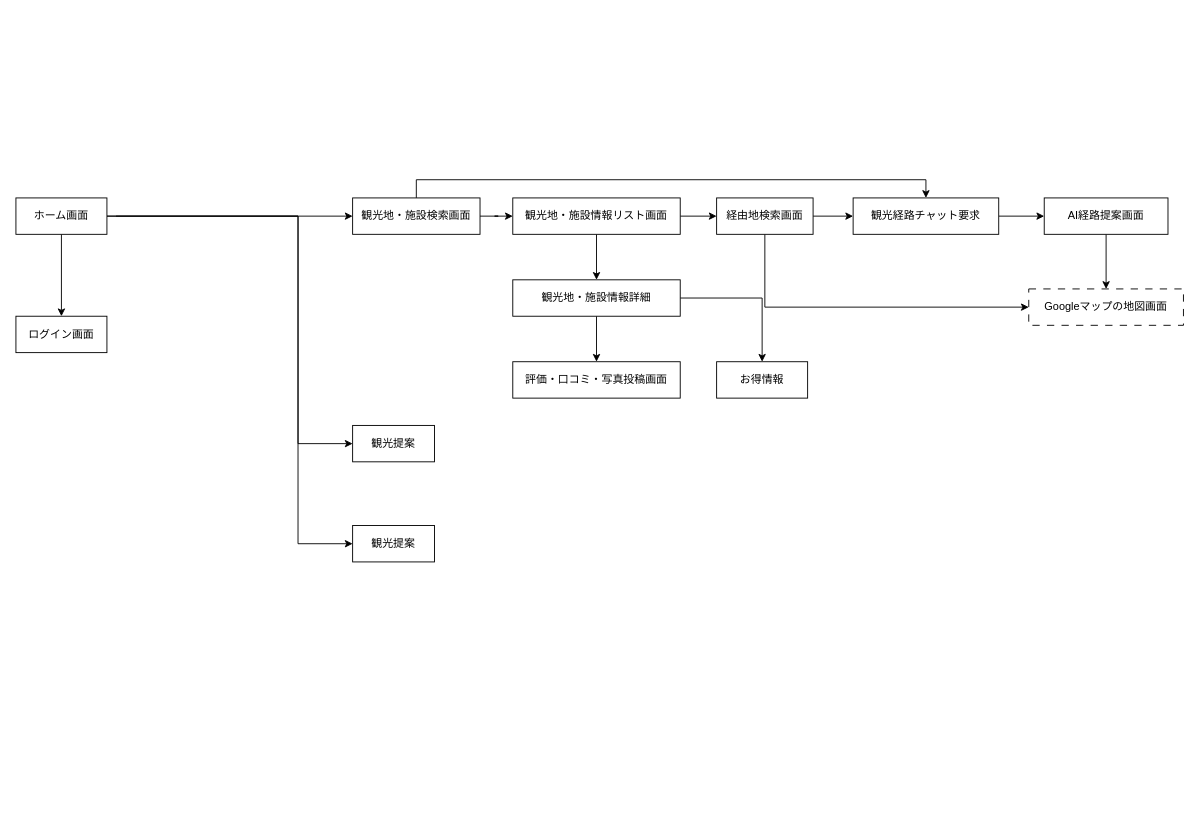
Before: docs/figure/gaibu-screen_transition_common.drawio in r02092/se2025, a draw.io diagram. Source tidied: cells renumbered, new cells numbered last; positions are measured from the earlier drawing's top-left corner, leaving out a move shared by most shapes. Both pictures are drawn from the tidied source at 91%, with x=0, y=0 at pixel (15, 197).
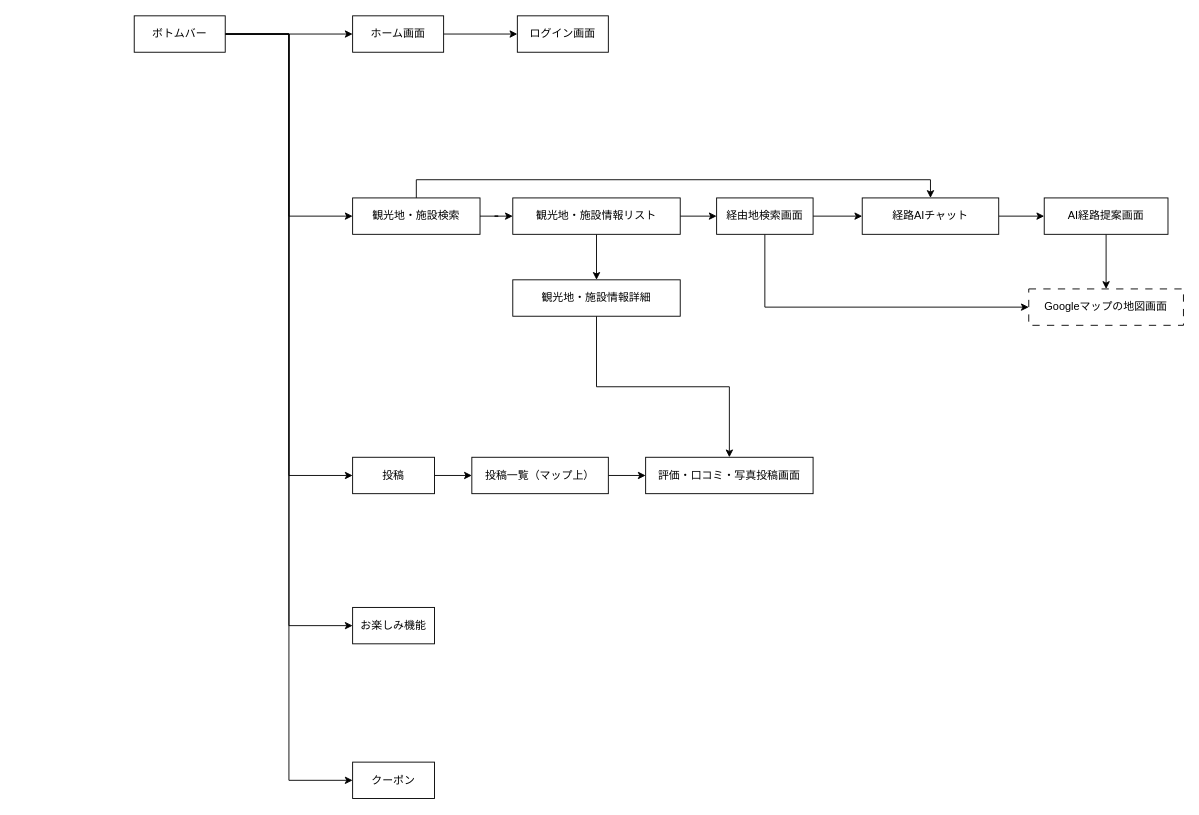
The same diagram, later.

Commit message:
主にボトムバーから様々な機能にアクセスできるように変更

Unchanged cells that the change refers to:
```xml
<mxCell id="15" value="AI経路提案画面" style="rounded=0;whiteSpace=wrap;html=1;" parent="1" vertex="1">
  <mxGeometry x="1130" width="136" height="40" as="geometry" />
</mxCell>
<mxCell id="20" value="経由地検索画面" style="rounded=0;whiteSpace=wrap;html=1;" parent="1" vertex="1">
  <mxGeometry x="770" width="106" height="40" as="geometry" />
</mxCell>
<mxCell id="23" value="観光地・施設情報詳細" style="rounded=0;whiteSpace=wrap;html=1;" parent="1" vertex="1">
  <mxGeometry x="546" y="90" width="184" height="40" as="geometry" />
</mxCell>
```

Change to the diagram source:
```diff
@@
-    <mxCell id="2" value="ログイン画面" style="rounded=0;whiteSpace=wrap;html=1;" parent="1" vertex="1">
-      <mxGeometry y="130" width="100" height="40" as="geometry" />
-    </mxCell>
-    <mxCell id="3" style="edgeStyle=orthogonalEdgeStyle;rounded=0;jettySize=auto;html=1;" parent="1" edge="1" source="7" target="2">
-      <mxGeometry relative="1" as="geometry" />
-    </mxCell>
-    <mxCell id="4" style="edgeStyle=orthogonalEdgeStyle;rounded=0;jettySize=auto;html=1;" parent="1" edge="1" source="7" target="11">
-      <mxGeometry relative="1" as="geometry" />
-    </mxCell>
-    <mxCell id="5" style="edgeStyle=orthogonalEdgeStyle;rounded=0;jettySize=auto;html=1;entryX=0;entryY=0.5;entryDx=0;entryDy=0;" parent="1" edge="1" source="7" target="16">
-      <mxGeometry relative="1" as="geometry">
-        <Array as="points">
-          <mxPoint x="310" y="20" />
-          <mxPoint x="310" y="270" />
-        </Array>
-      </mxGeometry>
-    </mxCell>
-    <mxCell id="6" style="edgeStyle=orthogonalEdgeStyle;rounded=0;jettySize=auto;html=1;entryX=0;entryY=0.5;entryDx=0;entryDy=0;" parent="1" edge="1" target="17">
-      <mxGeometry relative="1" as="geometry">
-        <mxPoint x="110" y="20" as="sourcePoint" />
-        <Array as="points">
-          <mxPoint x="310" y="20" />
-          <mxPoint x="310" y="380" />
-        </Array>
-      </mxGeometry>
-    </mxCell>
-    <mxCell id="7" value="ホーム画面" style="rounded=0;whiteSpace=wrap;html=1;" parent="1" vertex="1">
-      <mxGeometry width="100" height="40" as="geometry" />
-    </mxCell>
-    <mxCell id="8" style="edgeStyle=orthogonalEdgeStyle;rounded=0;jettySize=auto;html=1;entryX=0.5;entryY=0;entryDx=0;entryDy=0;exitX=0.5;exitY=1;exitDx=0;exitDy=0;" parent="1" edge="1" source="26" target="23">
-      <mxGeometry relative="1" as="geometry" />
-    </mxCell>
-    <mxCell id="9" style="edgeStyle=orthogonalEdgeStyle;rounded=0;jettySize=auto;html=1;" parent="1" edge="1" source="11" target="26">
-      <mxGeometry relative="1" as="geometry" />
-    </mxCell>
-    <mxCell id="10" style="edgeStyle=orthogonalEdgeStyle;rounded=0;jettySize=auto;html=1;entryX=0.5;entryY=0;entryDx=0;entryDy=0;exitX=0.5;exitY=0;exitDx=0;exitDy=0;" parent="1" edge="1" source="11" target="13">
-      <mxGeometry relative="1" as="geometry" />
-    </mxCell>
-    <mxCell id="11" value="観光地・施設検索画面" style="rounded=0;whiteSpace=wrap;html=1;" parent="1" vertex="1">
-      <mxGeometry x="370" width="140" height="40" as="geometry" />
-    </mxCell>
-    <mxCell id="12" style="edgeStyle=orthogonalEdgeStyle;rounded=0;jettySize=auto;html=1;" parent="1" edge="1" source="13" target="15">
-      <mxGeometry relative="1" as="geometry" />
-    </mxCell>
-    <mxCell id="13" value="観光経路チャット要求" style="rounded=0;whiteSpace=wrap;html=1;" parent="1" vertex="1">
-      <mxGeometry x="920" width="160" height="40" as="geometry" />
-    </mxCell>
+    <mxCell id="29" style="edgeStyle=orthogonalEdgeStyle;rounded=0;jettySize=auto;html=1;entryX=0;entryY=0.5;entryDx=0;entryDy=0;" parent="1" edge="1" source="34" target="7">
+      <mxGeometry relative="1" as="geometry" />
+    </mxCell>
+    <mxCell id="30" style="edgeStyle=orthogonalEdgeStyle;rounded=0;jettySize=auto;html=1;entryX=0;entryY=0.5;entryDx=0;entryDy=0;" parent="1" edge="1" source="34" target="38">
+      <mxGeometry relative="1" as="geometry" />
+    </mxCell>
+    <mxCell id="31" style="edgeStyle=orthogonalEdgeStyle;rounded=0;jettySize=auto;html=1;entryX=0;entryY=0.5;entryDx=0;entryDy=0;" parent="1" edge="1" source="34" target="47">
+      <mxGeometry relative="1" as="geometry" />
+    </mxCell>
+    <mxCell id="32" style="edgeStyle=orthogonalEdgeStyle;rounded=0;jettySize=auto;html=1;entryX=0;entryY=0.5;entryDx=0;entryDy=0;" parent="1" edge="1" source="34" target="41">
+      <mxGeometry relative="1" as="geometry" />
+    </mxCell>
+    <mxCell id="33" style="edgeStyle=orthogonalEdgeStyle;rounded=0;jettySize=auto;html=1;entryX=0;entryY=0.5;entryDx=0;entryDy=0;" parent="1" edge="1" source="34" target="42">
+      <mxGeometry relative="1" as="geometry" />
+    </mxCell>
+    <mxCell id="34" value="ボトムバー" style="rounded=0;whiteSpace=wrap;html=1;" parent="1" vertex="1">
+      <mxGeometry x="130" y="-200.1" width="100" height="40" as="geometry" />
+    </mxCell>
+    <mxCell id="35" style="edgeStyle=orthogonalEdgeStyle;rounded=0;jettySize=auto;html=1;entryX=0.5;entryY=0;entryDx=0;entryDy=0;exitX=0.5;exitY=1;exitDx=0;exitDy=0;" parent="1" edge="1" source="45" target="23">
+      <mxGeometry relative="1" as="geometry" />
+    </mxCell>
+    <mxCell id="36" style="edgeStyle=orthogonalEdgeStyle;rounded=0;jettySize=auto;html=1;" parent="1" edge="1" source="38" target="45">
+      <mxGeometry relative="1" as="geometry" />
+    </mxCell>
+    <mxCell id="37" style="edgeStyle=orthogonalEdgeStyle;rounded=0;jettySize=auto;html=1;entryX=0.5;entryY=0;entryDx=0;entryDy=0;exitX=0.5;exitY=0;exitDx=0;exitDy=0;" parent="1" edge="1" source="38" target="40">
+      <mxGeometry relative="1" as="geometry" />
+    </mxCell>
+    <mxCell id="38" value="観光地・施設検索" style="rounded=0;whiteSpace=wrap;html=1;" parent="1" vertex="1">
+      <mxGeometry x="370" width="140" height="40" as="geometry" />
+    </mxCell>
+    <mxCell id="39" style="edgeStyle=orthogonalEdgeStyle;rounded=0;jettySize=auto;html=1;" parent="1" edge="1" source="40" target="15">
+      <mxGeometry relative="1" as="geometry" />
+    </mxCell>
+    <mxCell id="40" value="経路AIチャット" style="rounded=0;whiteSpace=wrap;html=1;" parent="1" vertex="1">
+      <mxGeometry x="930" width="150" height="40" as="geometry" />
+    </mxCell>
@@
-    <mxCell id="16" value="観光提案" style="rounded=0;whiteSpace=wrap;html=1;" parent="1" vertex="1">
-      <mxGeometry x="370" y="250" width="90" height="40" as="geometry" />
-    </mxCell>
-    <mxCell id="17" value="観光提案" style="rounded=0;whiteSpace=wrap;html=1;" parent="1" vertex="1">
-      <mxGeometry x="370" y="360" width="90" height="40" as="geometry" />
-    </mxCell>
-    <mxCell id="18" style="edgeStyle=orthogonalEdgeStyle;rounded=0;jettySize=auto;html=1;entryX=0;entryY=0.5;entryDx=0;entryDy=0;" parent="1" edge="1" source="20" target="13">
-      <mxGeometry relative="1" as="geometry" />
-    </mxCell>
+    <mxCell id="41" value="お楽しみ機能" style="rounded=0;whiteSpace=wrap;html=1;" parent="1" vertex="1">
+      <mxGeometry x="370" y="450" width="90" height="40" as="geometry" />
+    </mxCell>
+    <mxCell id="42" value="クーポン" style="rounded=0;whiteSpace=wrap;html=1;" parent="1" vertex="1">
+      <mxGeometry x="370" y="620" width="90" height="40" as="geometry" />
+    </mxCell>
+    <mxCell id="43" style="edgeStyle=orthogonalEdgeStyle;rounded=0;jettySize=auto;html=1;entryX=0;entryY=0.5;entryDx=0;entryDy=0;" parent="1" edge="1" source="20" target="40">
+      <mxGeometry relative="1" as="geometry" />
+    </mxCell>
@@
-    <mxCell id="21" style="edgeStyle=orthogonalEdgeStyle;rounded=0;jettySize=auto;html=1;" parent="1" edge="1" source="23" target="27">
+    <mxCell id="21" style="edgeStyle=orthogonalEdgeStyle;rounded=0;jettySize=auto;html=1;entryX=0.5;entryY=0;entryDx=0;entryDy=0;" parent="1" edge="1" source="23" target="27">
       <mxGeometry relative="1" as="geometry" />
     </mxCell>
-    <mxCell id="22" style="edgeStyle=orthogonalEdgeStyle;rounded=0;jettySize=auto;html=1;entryX=0.5;entryY=0;entryDx=0;entryDy=0;" parent="1" edge="1" source="23" target="28">
-      <mxGeometry relative="1" as="geometry" />
-    </mxCell>
@@
-    <mxCell id="25" style="edgeStyle=orthogonalEdgeStyle;rounded=0;jettySize=auto;html=1;" parent="1" edge="1" source="26" target="20">
-      <mxGeometry relative="1" as="geometry" />
-    </mxCell>
-    <mxCell id="26" value="観光地・施設情報リスト画面" style="rounded=0;whiteSpace=wrap;html=1;" parent="1" vertex="1">
-      <mxGeometry x="546" width="184" height="40" as="geometry" />
-    </mxCell>
+    <mxCell id="44" style="edgeStyle=orthogonalEdgeStyle;rounded=0;jettySize=auto;html=1;" parent="1" edge="1" source="45" target="20">
+      <mxGeometry relative="1" as="geometry" />
+    </mxCell>
+    <mxCell id="45" value="観光地・施設情報リスト" style="rounded=0;whiteSpace=wrap;html=1;" parent="1" vertex="1">
+      <mxGeometry x="546" width="184" height="40" as="geometry" />
+    </mxCell>
+    <mxCell id="46" style="edgeStyle=orthogonalEdgeStyle;rounded=0;jettySize=auto;html=1;" parent="1" edge="1" source="47" target="49">
+      <mxGeometry relative="1" as="geometry" />
+    </mxCell>
+    <mxCell id="47" value="投稿" style="rounded=0;whiteSpace=wrap;html=1;" parent="1" vertex="1">
+      <mxGeometry x="370" y="285" width="90" height="40" as="geometry" />
+    </mxCell>
     <mxCell id="27" value="評価・口コミ・写真投稿画面" style="rounded=0;whiteSpace=wrap;html=1;" parent="1" vertex="1">
-      <mxGeometry x="546" y="180" width="184" height="40" as="geometry" />
+      <mxGeometry x="692" y="285" width="184" height="40" as="geometry" />
     </mxCell>
-    <mxCell id="28" value="お得情報" style="rounded=0;whiteSpace=wrap;html=1;" parent="1" vertex="1">
-      <mxGeometry x="770" y="180" width="100" height="40" as="geometry" />
-    </mxCell>
+    <mxCell id="3" style="edgeStyle=orthogonalEdgeStyle;rounded=0;jettySize=auto;html=1;" parent="1" edge="1" source="7" target="2">
+      <mxGeometry relative="1" as="geometry" />
+    </mxCell>
+    <mxCell id="7" value="ホーム画面" style="rounded=0;whiteSpace=wrap;html=1;" parent="1" vertex="1">
+      <mxGeometry x="370" y="-200.1" width="100" height="40" as="geometry" />
+    </mxCell>
+    <mxCell id="2" value="ログイン画面" style="rounded=0;whiteSpace=wrap;html=1;" parent="1" vertex="1">
+      <mxGeometry x="551" y="-200.1" width="100" height="40" as="geometry" />
+    </mxCell>
+    <mxCell id="48" style="edgeStyle=orthogonalEdgeStyle;rounded=0;jettySize=auto;html=1;" parent="1" edge="1" source="49" target="27">
+      <mxGeometry relative="1" as="geometry" />
+    </mxCell>
+    <mxCell id="49" value="投稿一覧（マップ上）" style="rounded=0;whiteSpace=wrap;html=1;" parent="1" vertex="1">
+      <mxGeometry x="501" y="285" width="150" height="40" as="geometry" />
+    </mxCell>
```
